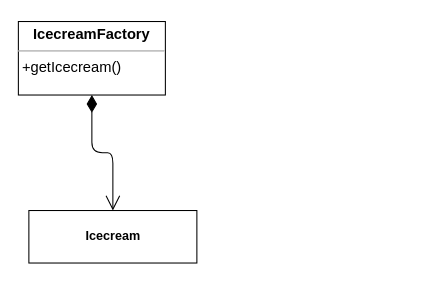
MaksShadows/Patterns keeps this draw.io diagram as structural/flyweight/flyweight.drawio. Above is the earlier version. Source tidied: cells renumbered, new cells numbered last; positions are measured from the earlier drawing's top-left corner, leaving out a move shared by most shapes. Both pictures are drawn from the tidied source at 105%, with x=0, y=0 at pixel (18, 21).
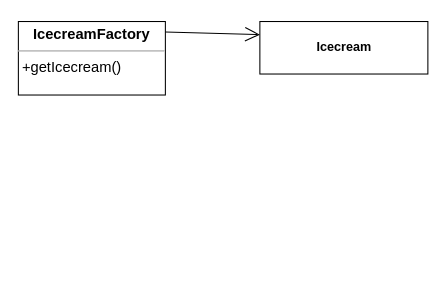
Above is the later version.

Change to the diagram source:
```diff
@@
 <mxGraphModel>
   <root>
     <mxCell id="0" />
     <mxCell id="1" parent="0" />
     <mxCell id="2" value="&lt;p style=&quot;margin: 4px 0px 0px ; text-align: center ; font-size: 14px&quot;&gt;&lt;b&gt;&lt;font style=&quot;font-size: 14px&quot;&gt;IcecreamFactory&lt;/font&gt;&lt;/b&gt;&lt;/p&gt;&lt;hr size=&quot;1&quot; style=&quot;font-size: 14px&quot;&gt;&lt;div style=&quot;height: 2px&quot;&gt;&lt;font style=&quot;font-size: 14px&quot;&gt;&amp;nbsp;+getIcecream()&lt;/font&gt;&lt;/div&gt;" style="verticalAlign=top;align=left;overflow=fill;fontSize=12;fontFamily=Helvetica;html=1;" parent="1" vertex="1">
       <mxGeometry width="140" height="70" as="geometry" />
     </mxCell>
     <mxCell id="3" value="&lt;b&gt;Icecream&lt;/b&gt;" style="html=1;" parent="1" vertex="1">
-      <mxGeometry x="10" y="180" width="160" height="50" as="geometry" />
+      <mxGeometry x="230" width="160" height="50" as="geometry" />
     </mxCell>
-    <mxCell id="4" style="endArrow=open;html=1;endSize=12;startArrow=diamondThin;startSize=14;startFill=1;edgeStyle=orthogonalEdgeStyle;align=left;verticalAlign=bottom;entryX=0.5;entryY=0;entryDx=0;entryDy=0;exitX=0.5;exitY=1;exitDx=0;exitDy=0;" parent="1" edge="1" source="2" target="3">
-      <mxGeometry x="-0.69" y="20" relative="1" as="geometry" />
+    <mxCell id="4" style="endArrow=open;endFill=1;endSize=12;html=1;entryX=0;entryY=0.25;entryDx=0;entryDy=0;" parent="1" edge="1" target="3">
+      <mxGeometry relative="1" as="geometry">
+        <mxPoint x="140" y="10" as="sourcePoint" />
+      </mxGeometry>
     </mxCell>
   </root>
 </mxGraphModel>
```
